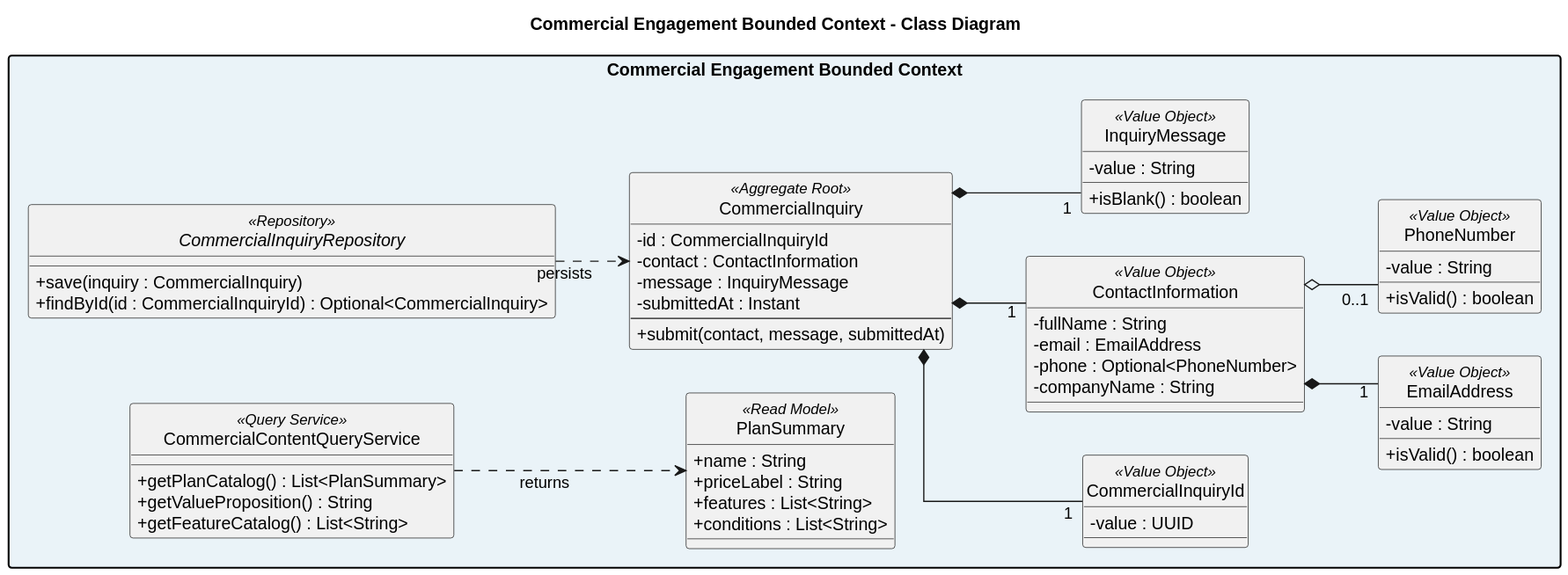
Vanguard-app-web/molinex-report keeps this PlantUML diagram as assets/Images Chapter 4/Software Object-Oriented Design/Class Diagrams/commercial-engagement-class-diagram.svg. Above is the earlier version.
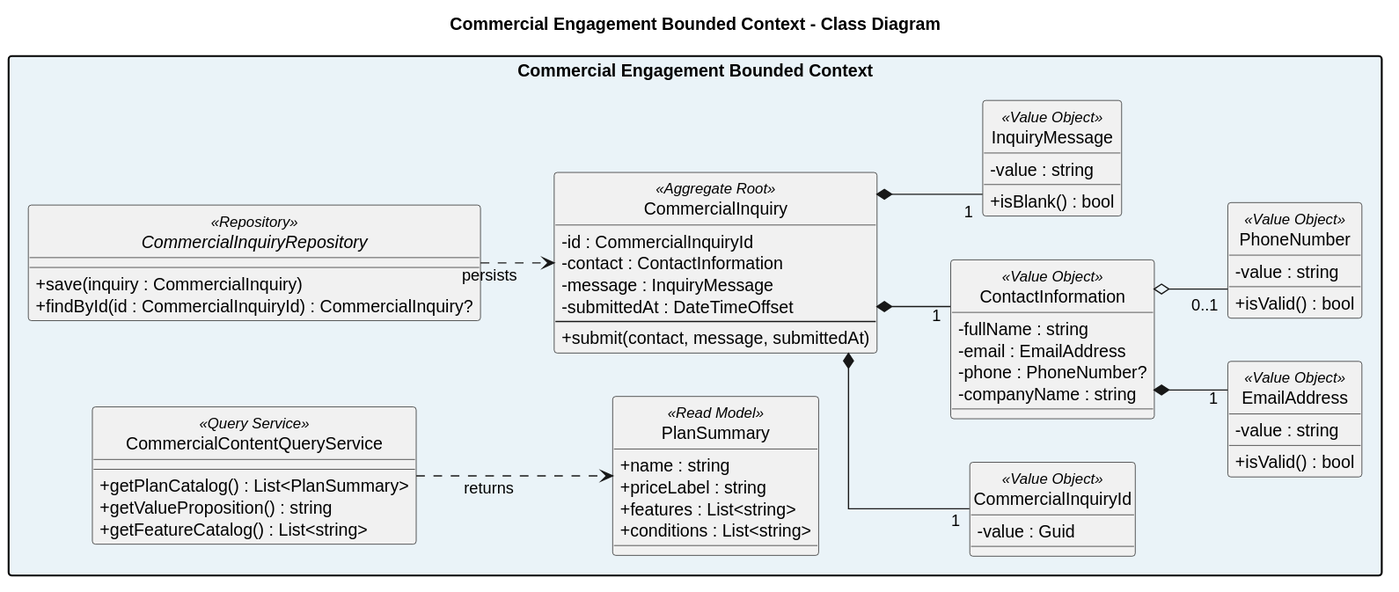
Above is the later version.

What changed in the source:
```diff
@@ -12,53 +12,53 @@
     -id : CommercialInquiryId
     -contact : ContactInformation
     -message : InquiryMessage
-    -submittedAt : Instant
+    -submittedAt : DateTimeOffset
     --
     +submit(contact, message, submittedAt)
   }
 
   class CommercialInquiryId <<Value Object>> {
-    -value : UUID
+    -value : Guid
   }
 
   class ContactInformation <<Value Object>> {
-    -fullName : String
+    -fullName : string
     -email : EmailAddress
-    -phone : Optional<PhoneNumber>
-    -companyName : String
+    -phone : PhoneNumber?
+    -companyName : string
   }
 
   class EmailAddress <<Value Object>> {
-    -value : String
-    +isValid() : boolean
+    -value : string
+    +isValid() : bool
   }
 
   class PhoneNumber <<Value Object>> {
-    -value : String
-    +isValid() : boolean
+    -value : string
+    +isValid() : bool
   }
 
   class InquiryMessage <<Value Object>> {
-    -value : String
-    +isBlank() : boolean
+    -value : string
+    +isBlank() : bool
   }
 
   interface CommercialInquiryRepository <<Repository>> {
     +save(inquiry : CommercialInquiry)
-    +findById(id : CommercialInquiryId) : Optional<CommercialInquiry>
+    +findById(id : CommercialInquiryId) : CommercialInquiry?
   }
 
   class PlanSummary <<Read Model>> {
-    +name : String
-    +priceLabel : String
-    +features : List<String>
-    +conditions : List<String>
+    +name : string
+    +priceLabel : string
+    +features : List<string>
+    +conditions : List<string>
   }
 
   class CommercialContentQueryService <<Query Service>> {
     +getPlanCatalog() : List<PlanSummary>
-    +getValueProposition() : String
-    +getFeatureCatalog() : List<String>
+    +getValueProposition() : string
+    +getFeatureCatalog() : List<string>
   }
 }
 
```
